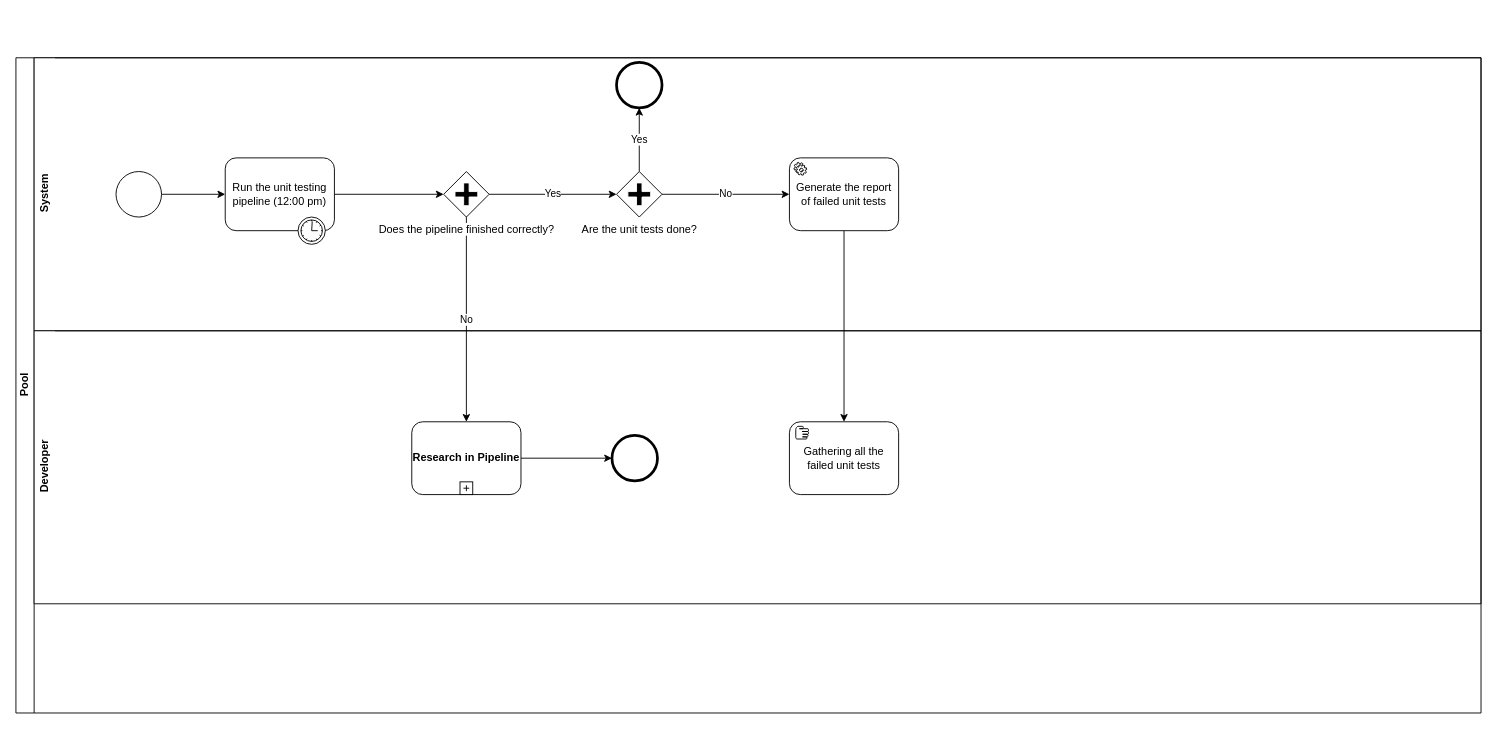
Above: combiq/AutomaticTestingBPM.drawio in m1guel/diagrams (draw.io), before the change. Source tidied: cells renumbered, new cells numbered last; positions are measured from the earlier drawing's top-left corner, leaving out a move shared by most shapes. Both pictures are drawn from the tidied source at 91%, with x=0, y=0 at pixel (15, 57).
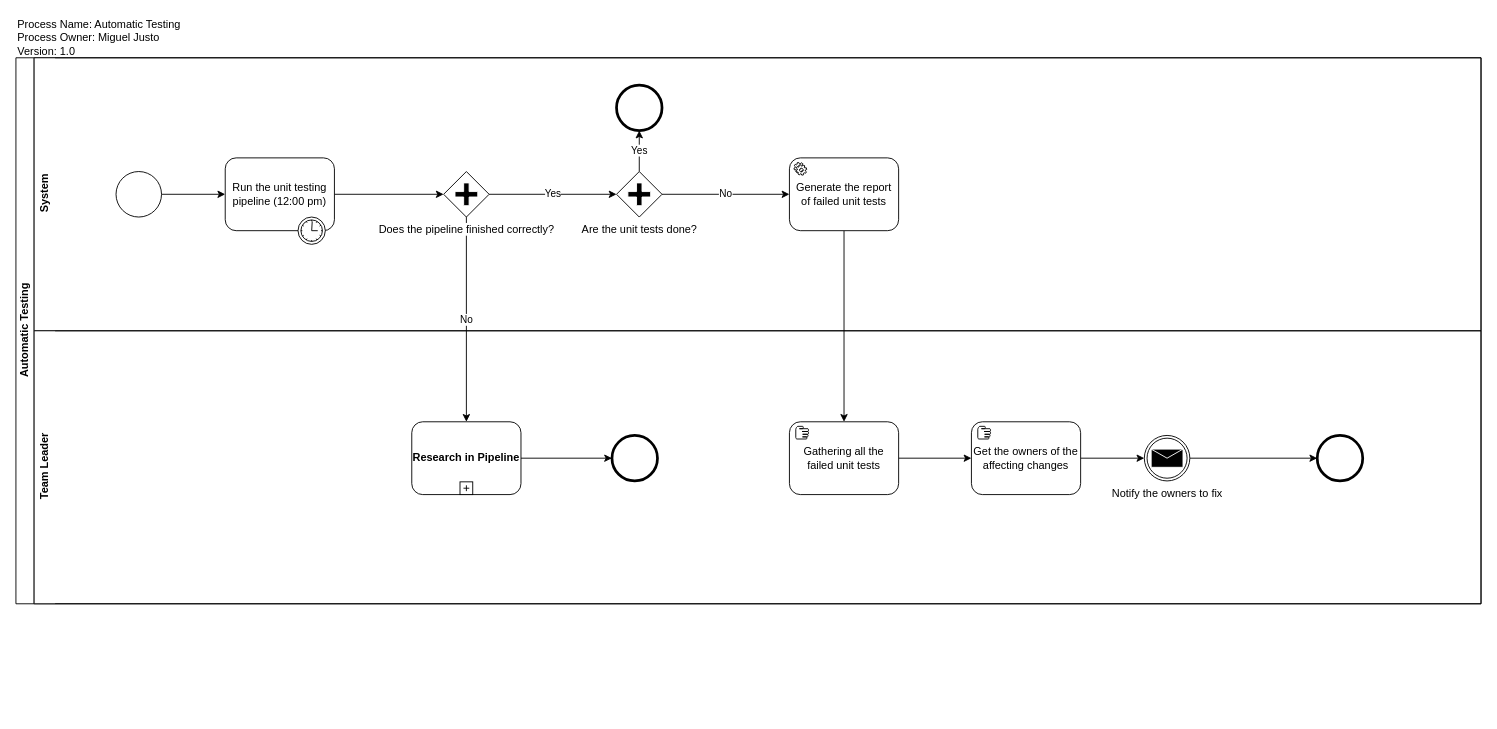
The same diagram, later.

Unchanged cells that the change refers to:
```xml
<mxCell id="3" value="System" style="swimlane;html=1;horizontal=0;swimlaneLine=0;startSize=23;" parent="2" vertex="1">
  <mxGeometry x="20" width="1590" height="300" as="geometry" />
</mxCell>
<mxCell id="9" value="Gathering all the failed unit tests" style="shape=ext;rounded=1;html=1;whiteSpace=wrap;" parent="4" vertex="1">
  <mxGeometry x="830" y="100" width="120" height="80" as="geometry" />
</mxCell>
```

What changed in the source:
```diff
@@
-    <mxCell id="2" value="Pool" style="swimlane;html=1;horizontal=0;startSize=20;" parent="1" vertex="1">
-      <mxGeometry width="1610" height="720" as="geometry" />
+    <mxCell id="2" value="Automatic Testing" style="swimlane;html=1;horizontal=0;startSize=20;" parent="1" vertex="1">
+      <mxGeometry width="1610" height="600" as="geometry" />
     </mxCell>
@@
-    <mxCell id="4" value="Developer" style="swimlane;html=1;horizontal=0;swimlaneLine=0;" parent="3" vertex="1">
+    <mxCell id="4" value="Team Leader" style="swimlane;html=1;horizontal=0;swimlaneLine=0;" parent="3" vertex="1">
       <mxGeometry y="300" width="1590" height="300" as="geometry" />
     </mxCell>
@@
+    <mxCell id="26" style="edgeStyle=orthogonalEdgeStyle;rounded=0;jettySize=auto;html=1;exitX=1;exitY=0.5;exitDx=0;exitDy=0;entryX=0;entryY=0.5;entryDx=0;entryDy=0;" parent="4" edge="1" source="9" target="28">
+      <mxGeometry relative="1" as="geometry" />
+    </mxCell>
@@
+    <mxCell id="27" style="edgeStyle=orthogonalEdgeStyle;rounded=0;jettySize=auto;html=1;exitX=1;exitY=0.5;exitDx=0;exitDy=0;" parent="4" edge="1" source="28" target="31">
+      <mxGeometry relative="1" as="geometry" />
+    </mxCell>
+    <mxCell id="28" value="Get the owners of the affecting changes" style="shape=ext;rounded=1;html=1;whiteSpace=wrap;" parent="4" vertex="1">
+      <mxGeometry x="1030" y="100" width="120" height="80" as="geometry" />
+    </mxCell>
+    <mxCell id="29" style="shape=mxgraph.bpmn.manual_task;html=1;" parent="4" vertex="1">
+      <mxGeometry x="1037" y="105" width="14" height="14" as="geometry" />
+    </mxCell>
+    <mxCell id="30" style="edgeStyle=orthogonalEdgeStyle;rounded=0;jettySize=auto;html=1;exitX=1;exitY=0.5;exitDx=0;exitDy=0;entryX=0;entryY=0.5;entryDx=0;entryDy=0;" parent="4" edge="1" source="31" target="32">
+      <mxGeometry relative="1" as="geometry" />
+    </mxCell>
+    <mxCell id="31" value="Notify the owners to fix" style="shape=mxgraph.bpmn.shape;html=1;verticalLabelPosition=bottom;labelBackgroundColor=#ffffff;verticalAlign=top;align=center;perimeter=ellipsePerimeter;outlineConnect=0;outline=throwing;symbol=message;" parent="4" vertex="1">
+      <mxGeometry x="1220" y="115" width="50" height="50" as="geometry" />
+    </mxCell>
+    <mxCell id="32" style="shape=mxgraph.bpmn.shape;html=1;verticalLabelPosition=bottom;labelBackgroundColor=#ffffff;verticalAlign=top;align=center;perimeter=ellipsePerimeter;outlineConnect=0;outline=end;symbol=general;" parent="4" vertex="1">
+      <mxGeometry x="1410" y="115" width="50" height="50" as="geometry" />
+    </mxCell>
@@
     <mxCell id="22" style="shape=mxgraph.bpmn.shape;html=1;verticalLabelPosition=bottom;labelBackgroundColor=#ffffff;verticalAlign=top;align=center;perimeter=ellipsePerimeter;outlineConnect=0;outline=end;symbol=general;" parent="3" vertex="1">
-      <mxGeometry x="640" y="5" width="50" height="50" as="geometry" />
+      <mxGeometry x="640" y="30" width="50" height="50" as="geometry" />
     </mxCell>
@@
+    <mxCell id="33" value="Process Name: Automatic Testing&lt;br&gt;Process Owner: Miguel Justo&lt;br&gt;Version: 1.0&lt;br&gt;" style="text;html=1;align=left;verticalAlign=top;spacingTop=-4;" parent="1" vertex="1">
+      <mxGeometry y="-46" width="200" height="40" as="geometry" />
+    </mxCell>
```
